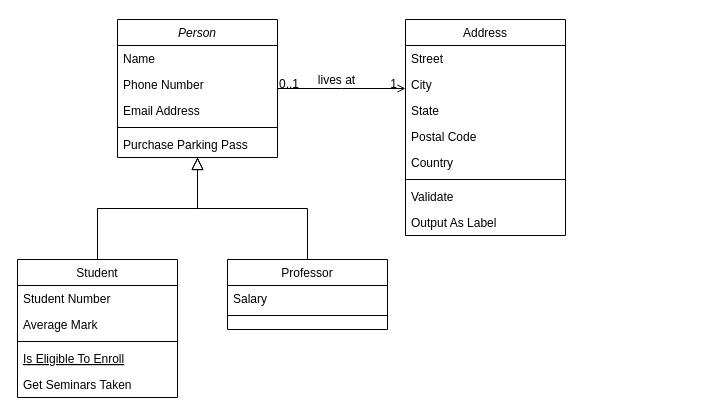
Earlier version of the draw.io diagram Untitled Diagram.drawio (Mr-Eagle/json-tutorial). Source tidied: cells renumbered, new cells numbered last; positions are measured from the earlier drawing's top-left corner, leaving out a move shared by most shapes. Both pictures are drawn from the tidied source at 100%, with x=0, y=0 at pixel (17, 19).
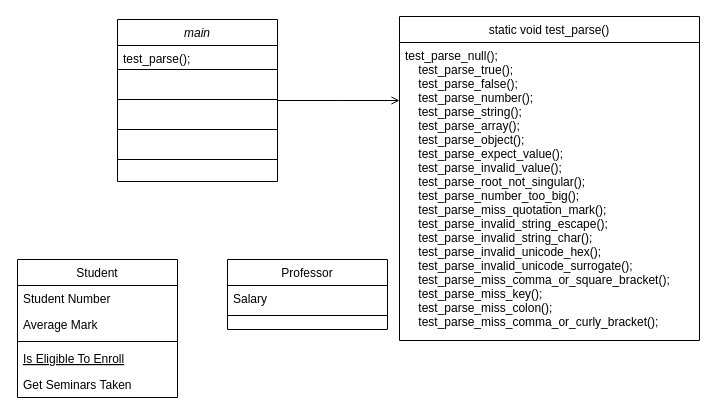
The same page after the edit.

The change refers to these unchanged cells:
```xml
<mxCell id="8" value="Student" style="swimlane;fontStyle=0;align=center;verticalAlign=top;horizontal=1;startSize=26;rounded=0;shadow=0;strokeWidth=1;" parent="1" vertex="1">
  <mxGeometry y="240" width="160" height="138" as="geometry" />
</mxCell>
<mxCell id="15" value="Professor" style="swimlane;fontStyle=0;align=center;verticalAlign=top;horizontal=1;startSize=26;rounded=0;shadow=0;strokeWidth=1;" parent="1" vertex="1">
  <mxGeometry x="210" y="240" width="160" height="70" as="geometry" />
</mxCell>
<mxCell id="28" style="endArrow=open;shadow=0;strokeWidth=1;rounded=0;endFill=1;edgeStyle=elbowEdgeStyle;elbow=vertical;" parent="1" edge="1" source="2" target="19">
  <mxGeometry x="0.5" y="41" relative="1" as="geometry">
    <mxPoint x="-40" y="32" as="offset" />
  </mxGeometry>
</mxCell>
```

The edit, as a diff of the source:
```diff
@@
-    <mxCell id="2" value="Person" style="swimlane;fontStyle=2;align=center;verticalAlign=top;horizontal=1;startSize=26;rounded=0;shadow=0;strokeWidth=1;" parent="1" vertex="1">
-      <mxGeometry x="100" width="160" height="138" as="geometry" />
+    <mxCell id="2" value="main" style="swimlane;fontStyle=2;align=center;verticalAlign=top;horizontal=1;startSize=26;rounded=0;shadow=0;strokeWidth=1;" parent="1" vertex="1">
+      <mxGeometry x="100" width="160" height="162" as="geometry" />
     </mxCell>
-    <mxCell id="3" value="Name" style="text;align=left;verticalAlign=top;spacingLeft=4;spacingRight=4;overflow=hidden;" parent="2" vertex="1">
-      <mxGeometry y="26" width="160" height="26" as="geometry" />
-    </mxCell>
-    <mxCell id="4" value="Phone Number" style="text;align=left;verticalAlign=top;spacingLeft=4;spacingRight=4;overflow=hidden;rounded=0;shadow=0;html=0;" parent="2" vertex="1">
-      <mxGeometry y="52" width="160" height="26" as="geometry" />
+    <mxCell id="4" value="test_parse();" style="text;align=left;verticalAlign=top;spacingLeft=4;spacingRight=4;overflow=hidden;rounded=0;shadow=0;html=0;" parent="2" vertex="1">
+      <mxGeometry y="26" width="160" height="24" as="geometry" />
     </mxCell>
+    <mxCell id="32" value="&#10;&#10;&#10;" style="text;align=left;verticalAlign=top;spacingLeft=4;spacingRight=4;overflow=hidden;rounded=0;shadow=0;html=0;strokeColor=default;" parent="2" vertex="1">
+      <mxGeometry y="50" width="160" height="30" as="geometry" />
+    </mxCell>
-    <mxCell id="5" value="Email Address" style="text;align=left;verticalAlign=top;spacingLeft=4;spacingRight=4;overflow=hidden;rounded=0;shadow=0;html=0;" parent="2" vertex="1">
-      <mxGeometry y="78" width="160" height="26" as="geometry" />
+    <mxCell id="5" value="&#10;&#10;&#10;" style="text;align=left;verticalAlign=top;spacingLeft=4;spacingRight=4;overflow=hidden;rounded=0;shadow=0;html=0;strokeColor=default;" parent="2" vertex="1">
+      <mxGeometry y="80" width="160" height="30" as="geometry" />
     </mxCell>
-    <mxCell id="6" style="line;html=1;strokeWidth=1;align=left;verticalAlign=middle;spacingTop=-1;spacingLeft=3;spacingRight=3;labelPosition=right;" parent="2" vertex="1">
-      <mxGeometry y="104" width="160" height="8" as="geometry" />
-    </mxCell>
-    <mxCell id="7" value="Purchase Parking Pass" style="text;align=left;verticalAlign=top;spacingLeft=4;spacingRight=4;overflow=hidden;" parent="2" vertex="1">
-      <mxGeometry y="112" width="160" height="26" as="geometry" />
-    </mxCell>
+    <mxCell id="33" value="&#10;&#10;&#10;" style="text;align=left;verticalAlign=top;spacingLeft=4;spacingRight=4;overflow=hidden;rounded=0;shadow=0;html=0;strokeColor=default;" parent="2" vertex="1">
+      <mxGeometry y="110" width="160" height="30" as="geometry" />
+    </mxCell>
@@
-    <mxCell id="14" style="endArrow=block;endSize=10;endFill=0;shadow=0;strokeWidth=1;rounded=0;edgeStyle=elbowEdgeStyle;elbow=vertical;" parent="1" edge="1" source="8" target="2">
-      <mxGeometry relative="1" as="geometry" />
-    </mxCell>
@@
-    <mxCell id="18" style="endArrow=block;endSize=10;endFill=0;shadow=0;strokeWidth=1;rounded=0;edgeStyle=elbowEdgeStyle;elbow=vertical;" parent="1" edge="1" source="15" target="2">
-      <mxGeometry relative="1" as="geometry" />
-    </mxCell>
-    <mxCell id="19" value="Address" style="swimlane;fontStyle=0;align=center;verticalAlign=top;horizontal=1;startSize=26;rounded=0;shadow=0;strokeWidth=1;" parent="1" vertex="1">
-      <mxGeometry x="388" width="160" height="216" as="geometry" />
+    <mxCell id="19" value="static void test_parse()" style="swimlane;fontStyle=0;align=center;verticalAlign=top;horizontal=1;startSize=26;rounded=0;shadow=0;strokeWidth=1;" parent="1" vertex="1">
+      <mxGeometry x="382" y="-3" width="300" height="324" as="geometry" />
     </mxCell>
-    <mxCell id="20" value="Street" style="text;align=left;verticalAlign=top;spacingLeft=4;spacingRight=4;overflow=hidden;" parent="19" vertex="1">
-      <mxGeometry y="26" width="160" height="26" as="geometry" />
+    <mxCell id="20" value="test_parse_null();&#10;    test_parse_true();&#10;    test_parse_false();&#10;    test_parse_number();&#10;    test_parse_string();&#10;    test_parse_array();&#10;    test_parse_object();&#10;    test_parse_expect_value();&#10;    test_parse_invalid_value();&#10;    test_parse_root_not_singular();&#10;    test_parse_number_too_big();&#10;    test_parse_miss_quotation_mark();&#10;    test_parse_invalid_string_escape();&#10;    test_parse_invalid_string_char();&#10;    test_parse_invalid_unicode_hex();&#10;    test_parse_invalid_unicode_surrogate();&#10;    test_parse_miss_comma_or_square_bracket();&#10;    test_parse_miss_key();&#10;    test_parse_miss_colon();&#10;    test_parse_miss_comma_or_curly_bracket();" style="text;align=left;verticalAlign=top;spacingLeft=4;spacingRight=4;overflow=hidden;" parent="19" vertex="1">
+      <mxGeometry y="26" width="300" height="298" as="geometry" />
     </mxCell>
-    <mxCell id="21" value="City" style="text;align=left;verticalAlign=top;spacingLeft=4;spacingRight=4;overflow=hidden;rounded=0;shadow=0;html=0;" parent="19" vertex="1">
-      <mxGeometry y="52" width="160" height="26" as="geometry" />
-    </mxCell>
-    <mxCell id="22" value="State" style="text;align=left;verticalAlign=top;spacingLeft=4;spacingRight=4;overflow=hidden;rounded=0;shadow=0;html=0;" parent="19" vertex="1">
-      <mxGeometry y="78" width="160" height="26" as="geometry" />
-    </mxCell>
-    <mxCell id="23" value="Postal Code" style="text;align=left;verticalAlign=top;spacingLeft=4;spacingRight=4;overflow=hidden;rounded=0;shadow=0;html=0;" parent="19" vertex="1">
-      <mxGeometry y="104" width="160" height="26" as="geometry" />
-    </mxCell>
-    <mxCell id="24" value="Country" style="text;align=left;verticalAlign=top;spacingLeft=4;spacingRight=4;overflow=hidden;rounded=0;shadow=0;html=0;" parent="19" vertex="1">
-      <mxGeometry y="130" width="160" height="26" as="geometry" />
-    </mxCell>
-    <mxCell id="25" style="line;html=1;strokeWidth=1;align=left;verticalAlign=middle;spacingTop=-1;spacingLeft=3;spacingRight=3;labelPosition=right;" parent="19" vertex="1">
-      <mxGeometry y="156" width="160" height="8" as="geometry" />
-    </mxCell>
-    <mxCell id="26" value="Validate" style="text;align=left;verticalAlign=top;spacingLeft=4;spacingRight=4;overflow=hidden;" parent="19" vertex="1">
-      <mxGeometry y="164" width="160" height="26" as="geometry" />
-    </mxCell>
-    <mxCell id="27" value="Output As Label" style="text;align=left;verticalAlign=top;spacingLeft=4;spacingRight=4;overflow=hidden;" parent="19" vertex="1">
-      <mxGeometry y="190" width="160" height="26" as="geometry" />
-    </mxCell>
@@
-    <mxCell id="29" value="0..1" style="align=left;verticalAlign=bottom;labelBackgroundColor=none;fontSize=12;" parent="28" vertex="1">
-      <mxGeometry x="-1" relative="1" as="geometry">
-        <mxPoint y="4" as="offset" />
-      </mxGeometry>
-    </mxCell>
-    <mxCell id="30" value="1" style="align=right;verticalAlign=bottom;labelBackgroundColor=none;fontSize=12;" parent="28" vertex="1">
-      <mxGeometry x="1" relative="1" as="geometry">
-        <mxPoint x="-7" y="4" as="offset" />
-      </mxGeometry>
-    </mxCell>
-    <mxCell id="31" value="lives at" style="text;html=1;align=center;verticalAlign=middle;labelBackgroundColor=none;rounded=0;shadow=0;strokeWidth=1;fontSize=12;" parent="28" vertex="1">
-      <mxGeometry x="0.5" y="49" relative="1" as="geometry">
-        <mxPoint x="-38" y="40" as="offset" />
-      </mxGeometry>
-    </mxCell>
```
